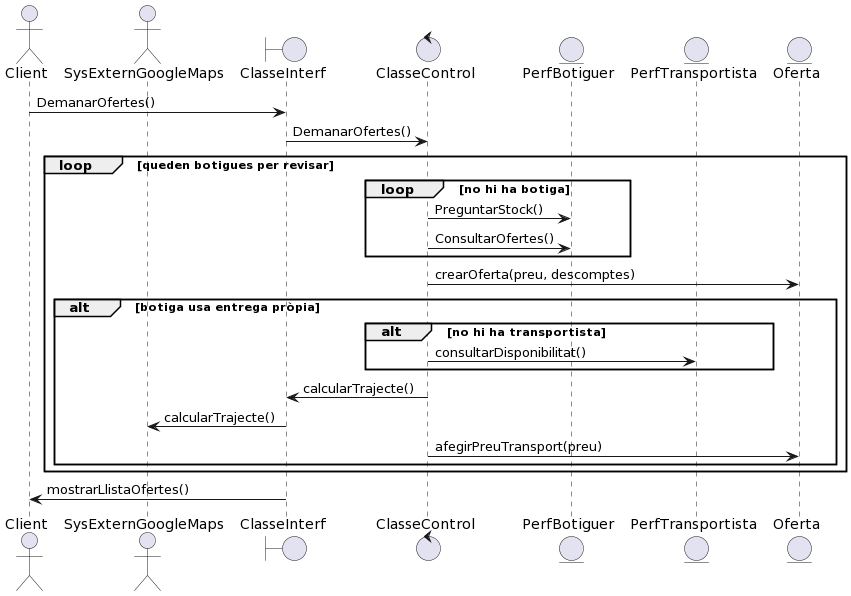
Before: diagrams/sprint3_diag_sequencia_presentacio_ofertes.png, a diagram exported from PlantUML (yeray142/es2022uab).
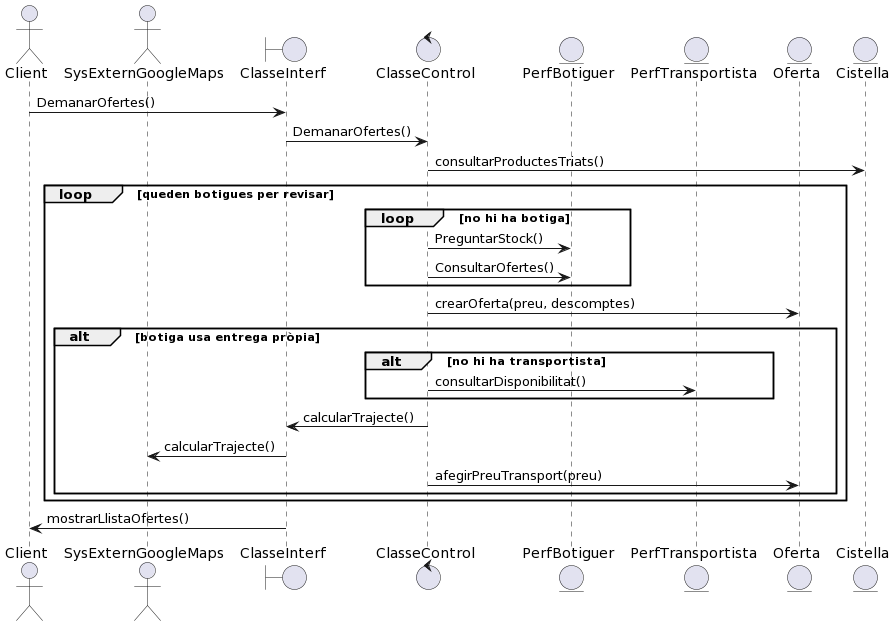
Later version of the same file.

What changed in the source:
```diff
@@ -6,9 +6,11 @@
 entity PerfBotiguer
 entity PerfTransportista
 entity Oferta
+entity Cistella
 
 Client -> ClasseInterf : DemanarOfertes()
 ClasseInterf -> ClasseControl : DemanarOfertes()
+ClasseControl -> Cistella : consultarProductesTriats()
 loop queden botigues per revisar
 loop no hi ha botiga
    ClasseControl -> PerfBotiguer : PreguntarStock()
```
